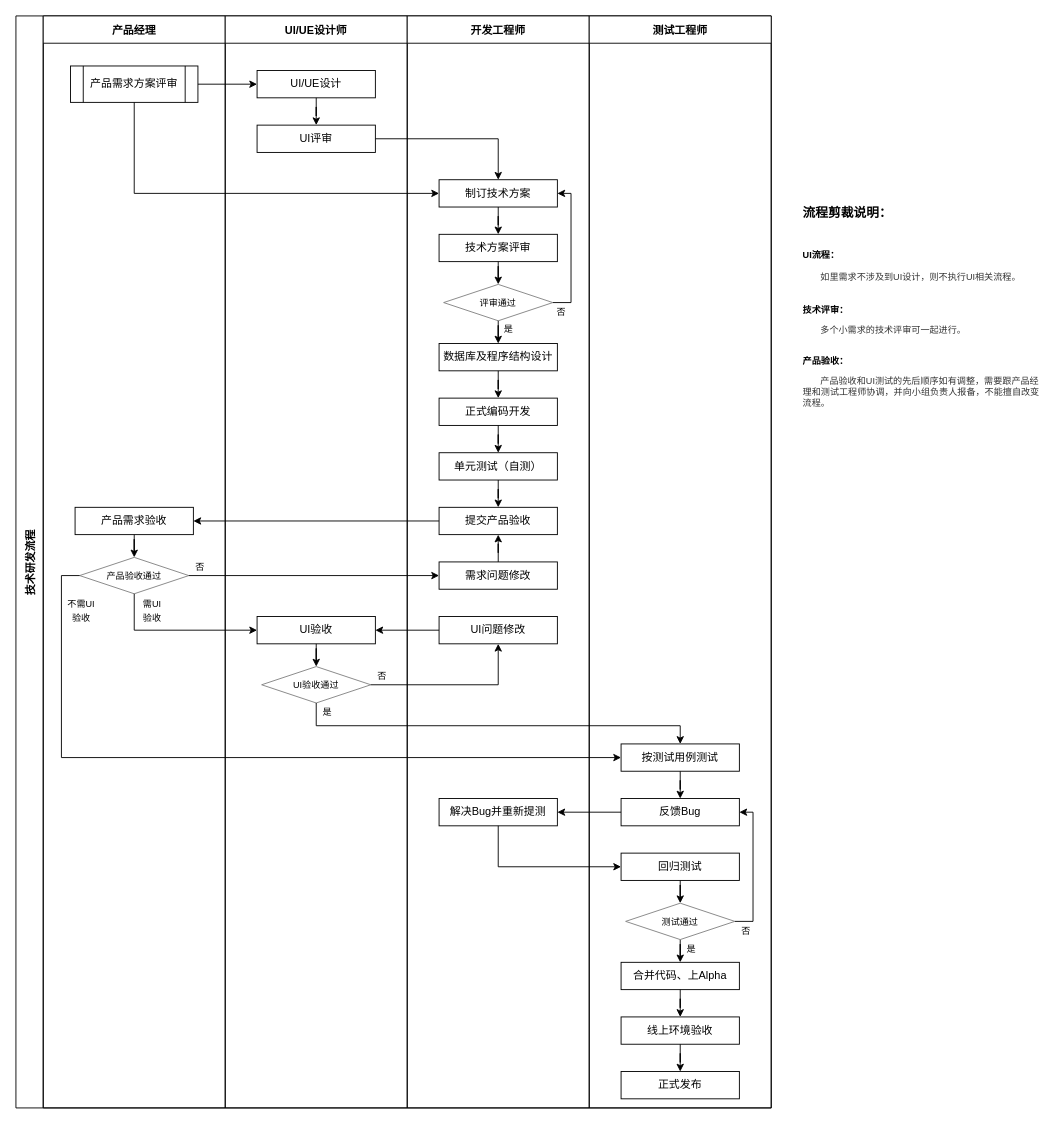
The draw.io diagram 技术研发流程.drawio in xichuanguy/vim.rc, before the edit. Source tidied: cells renumbered, new cells numbered last; positions are measured from the earlier drawing's top-left corner, leaving out a move shared by most shapes. Both pictures are drawn from the tidied source at 91%, with x=0, y=0 at pixel (15, 15).
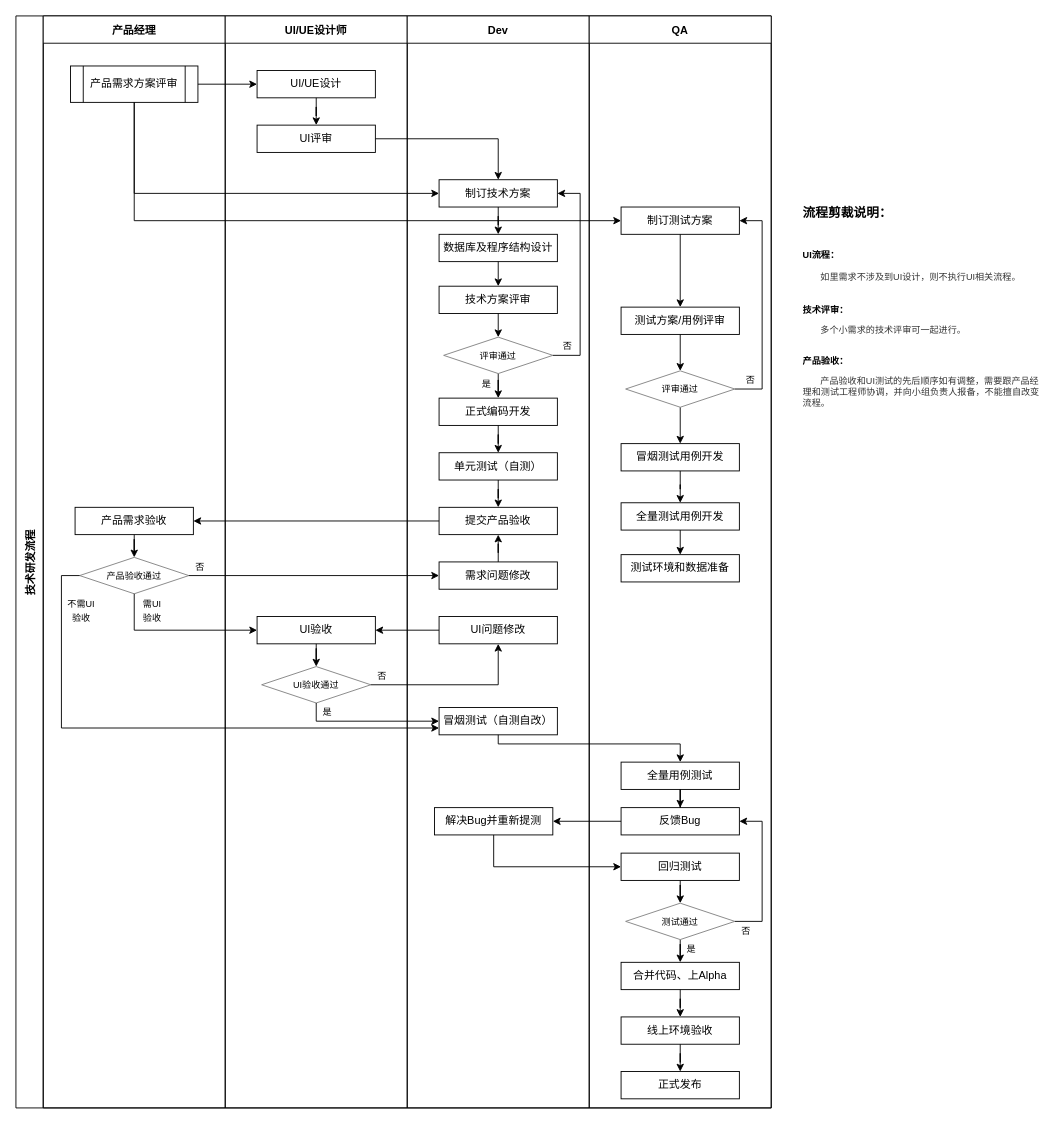
Above is the later version.

Unchanged cells that the change refers to:
```xml
<mxCell id="2" value="技术研发流程" style="swimlane;startSize=30;horizontal=0;" parent="1" vertex="1">
  <mxGeometry width="830" height="1200" as="geometry" />
</mxCell>
<mxCell id="4" value="产品需求方案评审" style="shape=process;whiteSpace=wrap;html=1;backgroundOutline=1;" parent="3" vertex="1">
  <mxGeometry x="30" y="55" width="140" height="40" as="geometry" />
</mxCell>
<mxCell id="6" value="产品需求验收" style="rounded=0;whiteSpace=wrap;html=1;fillColor=none;" parent="3" vertex="1">
  <mxGeometry x="35" y="540" width="130" height="30" as="geometry" />
</mxCell>
<mxCell id="7" value="&lt;span style=&quot;font-size: 10px&quot;&gt;产品验收通过&lt;/span&gt;" style="rhombus;whiteSpace=wrap;html=1;strokeColor=#808080;fillColor=none;" parent="3" vertex="1">
  <mxGeometry x="40" y="595" width="120" height="40" as="geometry" />
</mxCell>
<mxCell id="14" value="UI/UE设计" style="rounded=0;whiteSpace=wrap;html=1;fillColor=none;" parent="11" vertex="1">
  <mxGeometry x="35" y="60" width="130" height="30" as="geometry" />
</mxCell>
<mxCell id="15" value="UI评审" style="rounded=0;whiteSpace=wrap;html=1;fillColor=none;" parent="11" vertex="1">
  <mxGeometry x="35" y="120" width="130" height="30" as="geometry" />
</mxCell>
<mxCell id="17" value="UI验收" style="rounded=0;whiteSpace=wrap;html=1;fillColor=none;" parent="11" vertex="1">
  <mxGeometry x="35" y="660" width="130" height="30" as="geometry" />
</mxCell>
<mxCell id="18" value="&lt;span style=&quot;font-size: 10px&quot;&gt;UI验收通过&lt;/span&gt;" style="rhombus;whiteSpace=wrap;html=1;strokeColor=#808080;fillColor=none;" parent="11" vertex="1">
  <mxGeometry x="40" y="715" width="120" height="40" as="geometry" />
</mxCell>
<mxCell id="20" value="是" style="text;html=1;strokeColor=none;fillColor=none;align=center;verticalAlign=middle;whiteSpace=wrap;rounded=0;fontSize=10;" parent="11" vertex="1">
  <mxGeometry x="100" y="755" width="25" height="20" as="geometry" />
</mxCell>
<mxCell id="23" value="制订技术方案" style="rounded=0;whiteSpace=wrap;html=1;fillColor=none;" parent="21" vertex="1">
  <mxGeometry x="35" y="180" width="130" height="30" as="geometry" />
</mxCell>
<mxCell id="34" value="正式编码开发" style="rounded=0;whiteSpace=wrap;html=1;fillColor=none;" parent="21" vertex="1">
  <mxGeometry x="35" y="420" width="130" height="30" as="geometry" />
</mxCell>
<mxCell id="37" value="提交产品验收" style="rounded=0;whiteSpace=wrap;html=1;fillColor=none;" parent="21" vertex="1">
  <mxGeometry x="35" y="540" width="130" height="30" as="geometry" />
</mxCell>
<mxCell id="40" value="需求问题修改" style="rounded=0;whiteSpace=wrap;html=1;fillColor=none;" parent="21" vertex="1">
  <mxGeometry x="35" y="600" width="130" height="30" as="geometry" />
</mxCell>
<mxCell id="41" value="UI问题修改" style="rounded=0;whiteSpace=wrap;html=1;fillColor=none;" parent="21" vertex="1">
  <mxGeometry x="35" y="660" width="130" height="30" as="geometry" />
</mxCell>
<mxCell id="47" value="回归测试" style="rounded=0;whiteSpace=wrap;html=1;fillColor=none;" parent="42" vertex="1">
  <mxGeometry x="35" y="920" width="130" height="30" as="geometry" />
</mxCell>
<mxCell id="52" value="&lt;span style=&quot;font-size: 10px&quot;&gt;测试通过&lt;/span&gt;" style="rhombus;whiteSpace=wrap;html=1;strokeColor=#808080;fillColor=none;" parent="42" vertex="1">
  <mxGeometry x="40" y="975" width="120" height="40" as="geometry" />
</mxCell>
```

What changed in the source:
```diff
@@
-    <mxCell id="21" value="开发工程师" style="swimlane;startSize=30;" parent="2" vertex="1">
+    <mxCell id="21" value="Dev" style="swimlane;startSize=30;" parent="2" vertex="1">
       <mxGeometry x="430" width="200" height="1200" as="geometry" />
     </mxCell>
-    <mxCell id="22" style="edgeStyle=orthogonalEdgeStyle;rounded=0;jettySize=auto;html=1;entryX=0.5;entryY=0;entryDx=0;entryDy=0;" parent="21" edge="1" source="23" target="25">
-      <mxGeometry relative="1" as="geometry" />
-    </mxCell>
+    <mxCell id="71" style="edgeStyle=orthogonalEdgeStyle;rounded=0;jettySize=auto;html=1;exitX=0.5;exitY=1;exitDx=0;exitDy=0;" parent="21" edge="1" source="23" target="29">
+      <mxGeometry relative="1" as="geometry" />
+    </mxCell>
@@
-    <mxCell id="24" style="edgeStyle=orthogonalEdgeStyle;rounded=0;jettySize=auto;html=1;entryX=0.5;entryY=0;entryDx=0;entryDy=0;" parent="21" edge="1" source="25" target="27">
-      <mxGeometry relative="1" as="geometry" />
-    </mxCell>
-    <mxCell id="25" value="技术方案评审" style="rounded=0;whiteSpace=wrap;html=1;fillColor=none;" parent="21" vertex="1">
-      <mxGeometry x="35" y="240" width="130" height="30" as="geometry" />
-    </mxCell>
     <mxCell id="26" style="edgeStyle=orthogonalEdgeStyle;rounded=0;jettySize=auto;html=1;entryX=1;entryY=0.5;entryDx=0;entryDy=0;exitX=1;exitY=0.5;exitDx=0;exitDy=0;" parent="21" edge="1" source="27" target="23">
-      <mxGeometry relative="1" as="geometry" />
+      <mxGeometry relative="1" as="geometry">
+        <Array as="points">
+          <mxPoint x="190" y="373" />
+          <mxPoint x="190" y="195" />
+        </Array>
+      </mxGeometry>
     </mxCell>
+    <mxCell id="72" style="edgeStyle=orthogonalEdgeStyle;rounded=0;jettySize=auto;html=1;exitX=0.5;exitY=1;exitDx=0;exitDy=0;" parent="21" edge="1" source="27" target="34">
+      <mxGeometry relative="1" as="geometry" />
+    </mxCell>
     <mxCell id="27" value="&lt;span style=&quot;font-size: 10px&quot;&gt;评审通过&lt;/span&gt;" style="rhombus;whiteSpace=wrap;html=1;strokeColor=#808080;fillColor=none;" parent="21" vertex="1">
-      <mxGeometry x="40" y="295" width="120" height="40" as="geometry" />
+      <mxGeometry x="40" y="353" width="120" height="40" as="geometry" />
     </mxCell>
-    <mxCell id="28" style="edgeStyle=orthogonalEdgeStyle;rounded=0;jettySize=auto;html=1;entryX=0.5;entryY=0;entryDx=0;entryDy=0;" parent="21" edge="1" source="29" target="34">
-      <mxGeometry relative="1" as="geometry" />
-    </mxCell>
-    <mxCell id="29" value="数据库及程序结构设计" style="rounded=0;whiteSpace=wrap;html=1;fillColor=none;" parent="21" vertex="1">
-      <mxGeometry x="35" y="360" width="130" height="30" as="geometry" />
-    </mxCell>
-    <mxCell id="30" value="是" style="text;html=1;strokeColor=none;fillColor=none;align=center;verticalAlign=middle;whiteSpace=wrap;rounded=0;fontSize=10;" parent="21" vertex="1">
-      <mxGeometry x="99" y="334" width="25" height="20" as="geometry" />
-    </mxCell>
-    <mxCell id="31" style="edgeStyle=orthogonalEdgeStyle;rounded=0;jettySize=auto;html=1;entryX=0.5;entryY=0;entryDx=0;entryDy=0;fontSize=10;" parent="21" edge="1" source="27" target="29">
-      <mxGeometry relative="1" as="geometry" />
-    </mxCell>
     <mxCell id="32" value="否" style="text;html=1;strokeColor=none;fillColor=none;align=center;verticalAlign=middle;whiteSpace=wrap;rounded=0;fontSize=10;" parent="21" vertex="1">
-      <mxGeometry x="157" y="315" width="25" height="20" as="geometry" />
+      <mxGeometry x="164" y="353" width="25" height="20" as="geometry" />
     </mxCell>
@@
     <mxCell id="38" value="解决Bug并重新提测" style="rounded=0;whiteSpace=wrap;html=1;fillColor=none;" parent="21" vertex="1">
-      <mxGeometry x="35" y="860" width="130" height="30" as="geometry" />
+      <mxGeometry x="30" y="870" width="130" height="30" as="geometry" />
     </mxCell>
@@
+    <mxCell id="29" value="数据库及程序结构设计" style="rounded=0;whiteSpace=wrap;html=1;fillColor=none;" parent="21" vertex="1">
+      <mxGeometry x="35" y="240" width="130" height="30" as="geometry" />
+    </mxCell>
+    <mxCell id="24" style="edgeStyle=orthogonalEdgeStyle;rounded=0;jettySize=auto;html=1;exitX=0.5;exitY=1;exitDx=0;exitDy=0;entryX=0.5;entryY=0;entryDx=0;entryDy=0;" parent="21" edge="1" source="25" target="27">
+      <mxGeometry relative="1" as="geometry" />
+    </mxCell>
+    <mxCell id="25" value="技术方案评审" style="rounded=0;whiteSpace=wrap;html=1;fillColor=none;" parent="21" vertex="1">
+      <mxGeometry x="35" y="297" width="130" height="30" as="geometry" />
+    </mxCell>
+    <mxCell id="73" style="edgeStyle=orthogonalEdgeStyle;rounded=0;jettySize=auto;html=1;exitX=0.5;exitY=1;exitDx=0;exitDy=0;entryX=0.5;entryY=0;entryDx=0;entryDy=0;" parent="21" edge="1" source="29" target="25">
+      <mxGeometry relative="1" as="geometry" />
+    </mxCell>
+    <mxCell id="30" value="是" style="text;html=1;strokeColor=none;fillColor=none;align=center;verticalAlign=middle;whiteSpace=wrap;rounded=0;fontSize=10;" parent="21" vertex="1">
+      <mxGeometry x="75" y="394" width="25" height="20" as="geometry" />
+    </mxCell>
+    <mxCell id="74" value="冒烟测试（自测自改）" style="rounded=0;whiteSpace=wrap;html=1;fillColor=none;" parent="21" vertex="1">
+      <mxGeometry x="35" y="760" width="130" height="30" as="geometry" />
+    </mxCell>
+    <mxCell id="58" style="edgeStyle=orthogonalEdgeStyle;rounded=0;jettySize=auto;html=1;entryX=0;entryY=0.5;entryDx=0;entryDy=0;" parent="2" edge="1" source="4" target="14">
+      <mxGeometry relative="1" as="geometry" />
+    </mxCell>
+    <mxCell id="59" style="edgeStyle=orthogonalEdgeStyle;rounded=0;jettySize=auto;html=1;entryX=0;entryY=0.5;entryDx=0;entryDy=0;exitX=0.5;exitY=1;exitDx=0;exitDy=0;" parent="2" edge="1" source="4" target="23">
+      <mxGeometry relative="1" as="geometry" />
+    </mxCell>
+    <mxCell id="60" style="edgeStyle=orthogonalEdgeStyle;rounded=0;jettySize=auto;html=1;entryX=0.5;entryY=0;entryDx=0;entryDy=0;" parent="2" edge="1" source="15" target="23">
+      <mxGeometry relative="1" as="geometry" />
+    </mxCell>
+    <mxCell id="61" style="edgeStyle=orthogonalEdgeStyle;rounded=0;jettySize=auto;html=1;fontSize=10;" parent="2" edge="1" source="45" target="38">
+      <mxGeometry relative="1" as="geometry" />
+    </mxCell>
+    <mxCell id="62" style="edgeStyle=orthogonalEdgeStyle;rounded=0;jettySize=auto;html=1;entryX=1;entryY=0.5;entryDx=0;entryDy=0;fontSize=10;startArrow=none;startFill=0;" parent="2" edge="1" source="37" target="6">
+      <mxGeometry relative="1" as="geometry" />
+    </mxCell>
+    <mxCell id="63" style="edgeStyle=orthogonalEdgeStyle;rounded=0;jettySize=auto;html=1;entryX=0;entryY=0.5;entryDx=0;entryDy=0;fontSize=10;startArrow=none;startFill=0;exitX=0.5;exitY=1;exitDx=0;exitDy=0;" parent="2" edge="1" source="7" target="17">
+      <mxGeometry relative="1" as="geometry" />
+    </mxCell>
+    <mxCell id="64" style="edgeStyle=orthogonalEdgeStyle;rounded=0;jettySize=auto;html=1;entryX=0;entryY=0.5;entryDx=0;entryDy=0;fontSize=10;startArrow=none;startFill=0;" parent="2" edge="1" source="7" target="40">
+      <mxGeometry relative="1" as="geometry" />
+    </mxCell>
+    <mxCell id="65" style="edgeStyle=orthogonalEdgeStyle;rounded=0;jettySize=auto;html=1;entryX=1;entryY=0.5;entryDx=0;entryDy=0;fontSize=10;startArrow=none;startFill=0;" parent="2" edge="1" source="41" target="17">
+      <mxGeometry relative="1" as="geometry" />
+    </mxCell>
+    <mxCell id="66" style="edgeStyle=orthogonalEdgeStyle;rounded=0;jettySize=auto;html=1;entryX=0.5;entryY=1;entryDx=0;entryDy=0;fontSize=10;startArrow=none;startFill=0;" parent="2" edge="1" source="18" target="41">
+      <mxGeometry relative="1" as="geometry" />
+    </mxCell>
+    <mxCell id="68" style="edgeStyle=orthogonalEdgeStyle;rounded=0;jettySize=auto;html=1;entryX=0;entryY=0.5;entryDx=0;entryDy=0;fontSize=10;startArrow=none;startFill=0;exitX=0.5;exitY=1;exitDx=0;exitDy=0;" parent="2" edge="1" source="38" target="47">
+      <mxGeometry relative="1" as="geometry" />
+    </mxCell>
+    <mxCell id="75" style="edgeStyle=orthogonalEdgeStyle;rounded=0;jettySize=auto;html=1;exitX=0.5;exitY=1;exitDx=0;exitDy=0;entryX=0;entryY=0.5;entryDx=0;entryDy=0;" parent="2" edge="1" source="4" target="78">
+      <mxGeometry relative="1" as="geometry" />
+    </mxCell>
+    <mxCell id="76" style="edgeStyle=orthogonalEdgeStyle;rounded=0;jettySize=auto;html=1;exitX=0;exitY=0;exitDx=0;exitDy=0;" parent="2" edge="1" source="20" target="74">
+      <mxGeometry relative="1" as="geometry">
+        <Array as="points">
+          <mxPoint x="330" y="775" />
+        </Array>
+      </mxGeometry>
+    </mxCell>
-    <mxCell id="42" value="测试工程师" style="swimlane;startSize=30;" parent="2" vertex="1">
+    <mxCell id="42" value="QA" style="swimlane;startSize=30;" parent="2" vertex="1">
       <mxGeometry x="630" width="200" height="1200" as="geometry" />
     </mxCell>
@@
-    <mxCell id="44" value="按测试用例测试" style="rounded=0;whiteSpace=wrap;html=1;fillColor=none;" parent="42" vertex="1">
-      <mxGeometry x="35" y="800" width="130" height="30" as="geometry" />
+    <mxCell id="44" value="全量用例测试" style="rounded=0;whiteSpace=wrap;html=1;fillColor=none;" parent="42" vertex="1">
+      <mxGeometry x="35" y="820" width="130" height="30" as="geometry" />
     </mxCell>
     <mxCell id="45" value="反馈Bug" style="rounded=0;whiteSpace=wrap;html=1;fillColor=none;" parent="42" vertex="1">
-      <mxGeometry x="35" y="860" width="130" height="30" as="geometry" />
+      <mxGeometry x="35" y="870" width="130" height="30" as="geometry" />
     </mxCell>
@@
-    <mxCell id="51" style="edgeStyle=orthogonalEdgeStyle;rounded=0;jettySize=auto;html=1;entryX=1;entryY=0.5;entryDx=0;entryDy=0;exitX=1;exitY=0.5;exitDx=0;exitDy=0;" parent="42" edge="1" source="52" target="45">
+    <mxCell id="51" style="edgeStyle=orthogonalEdgeStyle;rounded=0;jettySize=auto;html=1;exitX=1;exitY=0.5;exitDx=0;exitDy=0;entryX=1;entryY=0.5;entryDx=0;entryDy=0;" parent="42" edge="1" source="52" target="45">
       <mxGeometry relative="1" as="geometry">
         <Array as="points">
-          <mxPoint x="180" y="995" />
-          <mxPoint x="180" y="875" />
+          <mxPoint x="190" y="995" />
+          <mxPoint x="190" y="885" />
         </Array>
       </mxGeometry>
     </mxCell>
@@
-    <mxCell id="58" style="edgeStyle=orthogonalEdgeStyle;rounded=0;jettySize=auto;html=1;entryX=0;entryY=0.5;entryDx=0;entryDy=0;" parent="2" edge="1" source="4" target="14">
-      <mxGeometry relative="1" as="geometry" />
-    </mxCell>
-    <mxCell id="59" style="edgeStyle=orthogonalEdgeStyle;rounded=0;jettySize=auto;html=1;entryX=0;entryY=0.5;entryDx=0;entryDy=0;exitX=0.5;exitY=1;exitDx=0;exitDy=0;" parent="2" edge="1" source="4" target="23">
-      <mxGeometry relative="1" as="geometry" />
-    </mxCell>
-    <mxCell id="60" style="edgeStyle=orthogonalEdgeStyle;rounded=0;jettySize=auto;html=1;entryX=0.5;entryY=0;entryDx=0;entryDy=0;" parent="2" edge="1" source="15" target="23">
-      <mxGeometry relative="1" as="geometry" />
-    </mxCell>
-    <mxCell id="61" style="edgeStyle=orthogonalEdgeStyle;rounded=0;jettySize=auto;html=1;fontSize=10;" parent="2" edge="1" source="45" target="38">
-      <mxGeometry relative="1" as="geometry" />
-    </mxCell>
-    <mxCell id="62" style="edgeStyle=orthogonalEdgeStyle;rounded=0;jettySize=auto;html=1;entryX=1;entryY=0.5;entryDx=0;entryDy=0;fontSize=10;startArrow=none;startFill=0;" parent="2" edge="1" source="37" target="6">
-      <mxGeometry relative="1" as="geometry" />
-    </mxCell>
-    <mxCell id="63" style="edgeStyle=orthogonalEdgeStyle;rounded=0;jettySize=auto;html=1;entryX=0;entryY=0.5;entryDx=0;entryDy=0;fontSize=10;startArrow=none;startFill=0;exitX=0.5;exitY=1;exitDx=0;exitDy=0;" parent="2" edge="1" source="7" target="17">
-      <mxGeometry relative="1" as="geometry" />
-    </mxCell>
-    <mxCell id="64" style="edgeStyle=orthogonalEdgeStyle;rounded=0;jettySize=auto;html=1;entryX=0;entryY=0.5;entryDx=0;entryDy=0;fontSize=10;startArrow=none;startFill=0;" parent="2" edge="1" source="7" target="40">
-      <mxGeometry relative="1" as="geometry" />
-    </mxCell>
-    <mxCell id="65" style="edgeStyle=orthogonalEdgeStyle;rounded=0;jettySize=auto;html=1;entryX=1;entryY=0.5;entryDx=0;entryDy=0;fontSize=10;startArrow=none;startFill=0;" parent="2" edge="1" source="41" target="17">
-      <mxGeometry relative="1" as="geometry" />
-    </mxCell>
-    <mxCell id="66" style="edgeStyle=orthogonalEdgeStyle;rounded=0;jettySize=auto;html=1;entryX=0.5;entryY=1;entryDx=0;entryDy=0;fontSize=10;startArrow=none;startFill=0;" parent="2" edge="1" source="18" target="41">
-      <mxGeometry relative="1" as="geometry" />
-    </mxCell>
-    <mxCell id="67" style="edgeStyle=orthogonalEdgeStyle;rounded=0;jettySize=auto;html=1;fontSize=10;startArrow=none;startFill=0;exitX=0.5;exitY=1;exitDx=0;exitDy=0;entryX=0.5;entryY=0;entryDx=0;entryDy=0;" parent="2" edge="1" source="18" target="44">
-      <mxGeometry relative="1" as="geometry">
-        <Array as="points">
-          <mxPoint x="330" y="780" />
-          <mxPoint x="730" y="780" />
-        </Array>
-      </mxGeometry>
-    </mxCell>
-    <mxCell id="68" style="edgeStyle=orthogonalEdgeStyle;rounded=0;jettySize=auto;html=1;entryX=0;entryY=0.5;entryDx=0;entryDy=0;fontSize=10;startArrow=none;startFill=0;exitX=0.5;exitY=1;exitDx=0;exitDy=0;" parent="2" edge="1" source="38" target="47">
-      <mxGeometry relative="1" as="geometry" />
-    </mxCell>
-    <mxCell id="69" style="edgeStyle=orthogonalEdgeStyle;rounded=0;jettySize=auto;html=1;entryX=0;entryY=0.5;entryDx=0;entryDy=0;fontSize=10;startArrow=none;startFill=0;" parent="2" edge="1" source="7" target="44">
-      <mxGeometry relative="1" as="geometry">
-        <Array as="points">
-          <mxPoint x="50" y="615" />
-          <mxPoint x="50" y="815" />
-        </Array>
-      </mxGeometry>
-    </mxCell>
+    <mxCell id="77" style="edgeStyle=orthogonalEdgeStyle;rounded=0;jettySize=auto;html=1;exitX=0.5;exitY=1;exitDx=0;exitDy=0;" parent="42" edge="1" source="78" target="80">
+      <mxGeometry relative="1" as="geometry" />
+    </mxCell>
+    <mxCell id="78" value="制订测试方案" style="rounded=0;whiteSpace=wrap;html=1;fillColor=none;" parent="42" vertex="1">
+      <mxGeometry x="35" y="210" width="130" height="30" as="geometry" />
+    </mxCell>
+    <mxCell id="79" style="edgeStyle=orthogonalEdgeStyle;rounded=0;jettySize=auto;html=1;exitX=0.5;exitY=1;exitDx=0;exitDy=0;" parent="42" edge="1" source="80" target="83">
+      <mxGeometry relative="1" as="geometry" />
+    </mxCell>
+    <mxCell id="80" value="测试方案/用例评审" style="rounded=0;whiteSpace=wrap;html=1;fillColor=none;" parent="42" vertex="1">
+      <mxGeometry x="35" y="320" width="130" height="30" as="geometry" />
+    </mxCell>
+    <mxCell id="81" style="edgeStyle=orthogonalEdgeStyle;rounded=0;jettySize=auto;html=1;exitX=0.5;exitY=1;exitDx=0;exitDy=0;" parent="42" edge="1" source="83" target="85">
+      <mxGeometry relative="1" as="geometry" />
+    </mxCell>
+    <mxCell id="82" style="edgeStyle=orthogonalEdgeStyle;rounded=0;jettySize=auto;html=1;exitX=1;exitY=0.5;exitDx=0;exitDy=0;entryX=1;entryY=0.5;entryDx=0;entryDy=0;" parent="42" edge="1" source="83" target="78">
+      <mxGeometry relative="1" as="geometry">
+        <Array as="points">
+          <mxPoint x="190" y="410" />
+          <mxPoint x="190" y="225" />
+        </Array>
+      </mxGeometry>
+    </mxCell>
+    <mxCell id="83" value="&lt;span style=&quot;font-size: 10px&quot;&gt;评审通过&lt;/span&gt;" style="rhombus;whiteSpace=wrap;html=1;strokeColor=#808080;fillColor=none;" parent="42" vertex="1">
+      <mxGeometry x="40" y="390" width="120" height="40" as="geometry" />
+    </mxCell>
+    <mxCell id="84" style="edgeStyle=orthogonalEdgeStyle;rounded=0;jettySize=auto;html=1;exitX=0.5;exitY=1;exitDx=0;exitDy=0;" parent="42" edge="1" source="85" target="86">
+      <mxGeometry relative="1" as="geometry" />
+    </mxCell>
+    <mxCell id="85" value="冒烟测试用例开发" style="rounded=0;whiteSpace=wrap;html=1;fillColor=none;" parent="42" vertex="1">
+      <mxGeometry x="35" y="470" width="130" height="30" as="geometry" />
+    </mxCell>
+    <mxCell id="86" value="全量测试用例开发" style="rounded=0;whiteSpace=wrap;html=1;fillColor=none;" parent="42" vertex="1">
+      <mxGeometry x="35" y="535" width="130" height="30" as="geometry" />
+    </mxCell>
+    <mxCell id="87" style="edgeStyle=orthogonalEdgeStyle;rounded=0;jettySize=auto;html=1;exitX=0;exitY=0.5;exitDx=0;exitDy=0;entryX=0;entryY=0.75;entryDx=0;entryDy=0;" parent="2" edge="1" source="7" target="74">
+      <mxGeometry relative="1" as="geometry" />
+    </mxCell>
+    <mxCell id="88" style="edgeStyle=orthogonalEdgeStyle;rounded=0;jettySize=auto;html=1;exitX=0.5;exitY=1;exitDx=0;exitDy=0;entryX=0.5;entryY=0;entryDx=0;entryDy=0;" parent="2" edge="1" source="74" target="44">
+      <mxGeometry relative="1" as="geometry">
+        <Array as="points">
+          <mxPoint x="530" y="800" />
+          <mxPoint x="730" y="800" />
+        </Array>
+      </mxGeometry>
+    </mxCell>
@@
+    <mxCell id="89" value="否" style="text;html=1;strokeColor=none;fillColor=none;align=center;verticalAlign=middle;whiteSpace=wrap;rounded=0;fontSize=10;" parent="1" vertex="1">
+      <mxGeometry x="795" y="390" width="25" height="20" as="geometry" />
+    </mxCell>
+    <mxCell id="90" value="测试环境和数据准备" style="rounded=0;whiteSpace=wrap;html=1;fillColor=none;" parent="1" vertex="1">
+      <mxGeometry x="665" y="592" width="130" height="30" as="geometry" />
+    </mxCell>
+    <mxCell id="91" style="edgeStyle=orthogonalEdgeStyle;rounded=0;jettySize=auto;html=1;exitX=0.5;exitY=1;exitDx=0;exitDy=0;entryX=0.5;entryY=0;entryDx=0;entryDy=0;" parent="1" edge="1" source="86" target="90">
+      <mxGeometry relative="1" as="geometry" />
+    </mxCell>
```
